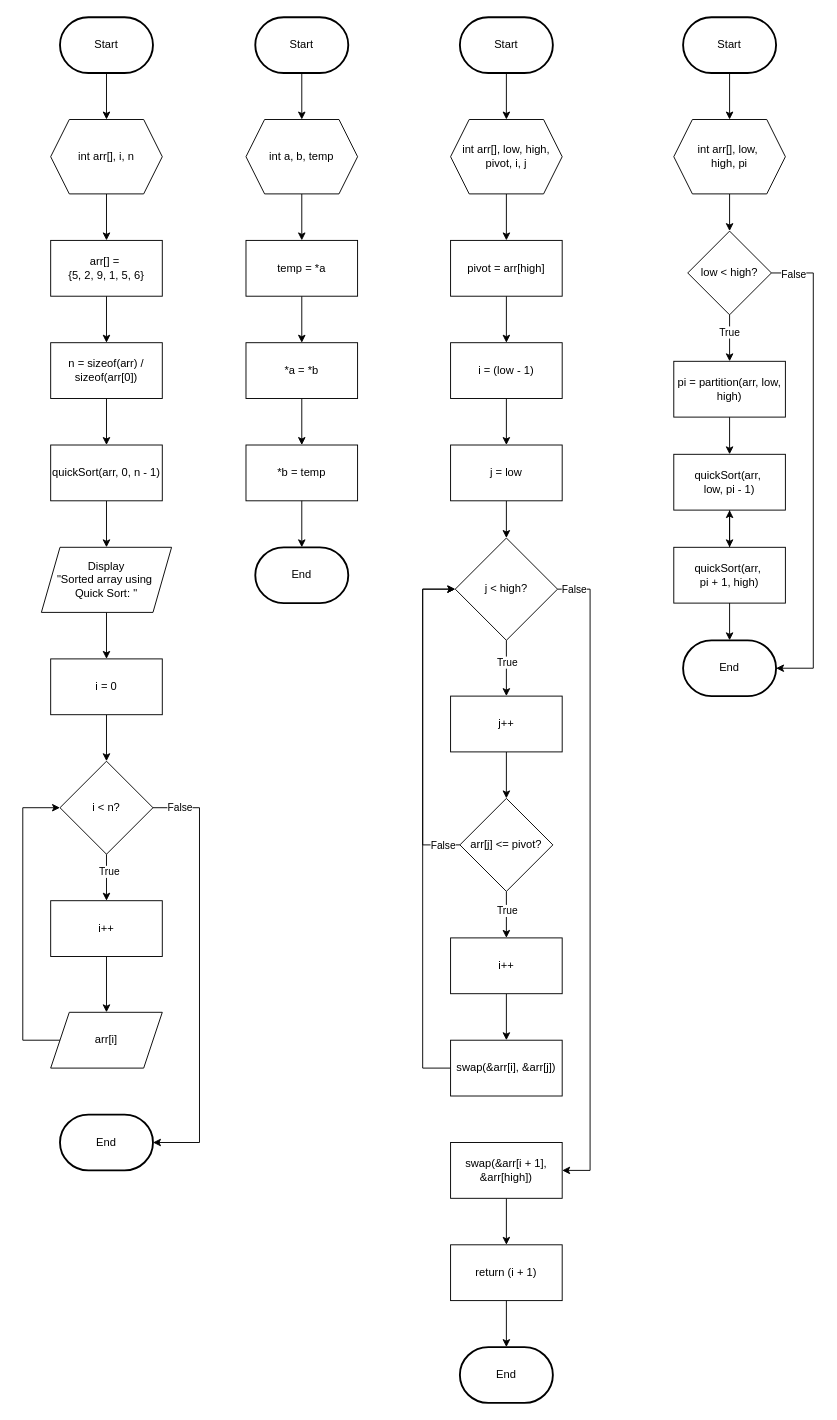
This is page "Quick Sort" (3 of 5) of Penda Modul 3.drawio from elikawicaksana/BuildIT_BasisData, a draw.io file, before an edit. Source tidied: cells renumbered, new cells numbered last; positions are measured from the earlier drawing's top-left corner, leaving out a move shared by most shapes. Both pictures are drawn from the tidied source at 93%, with x=0, y=0 at pixel (22, 17).
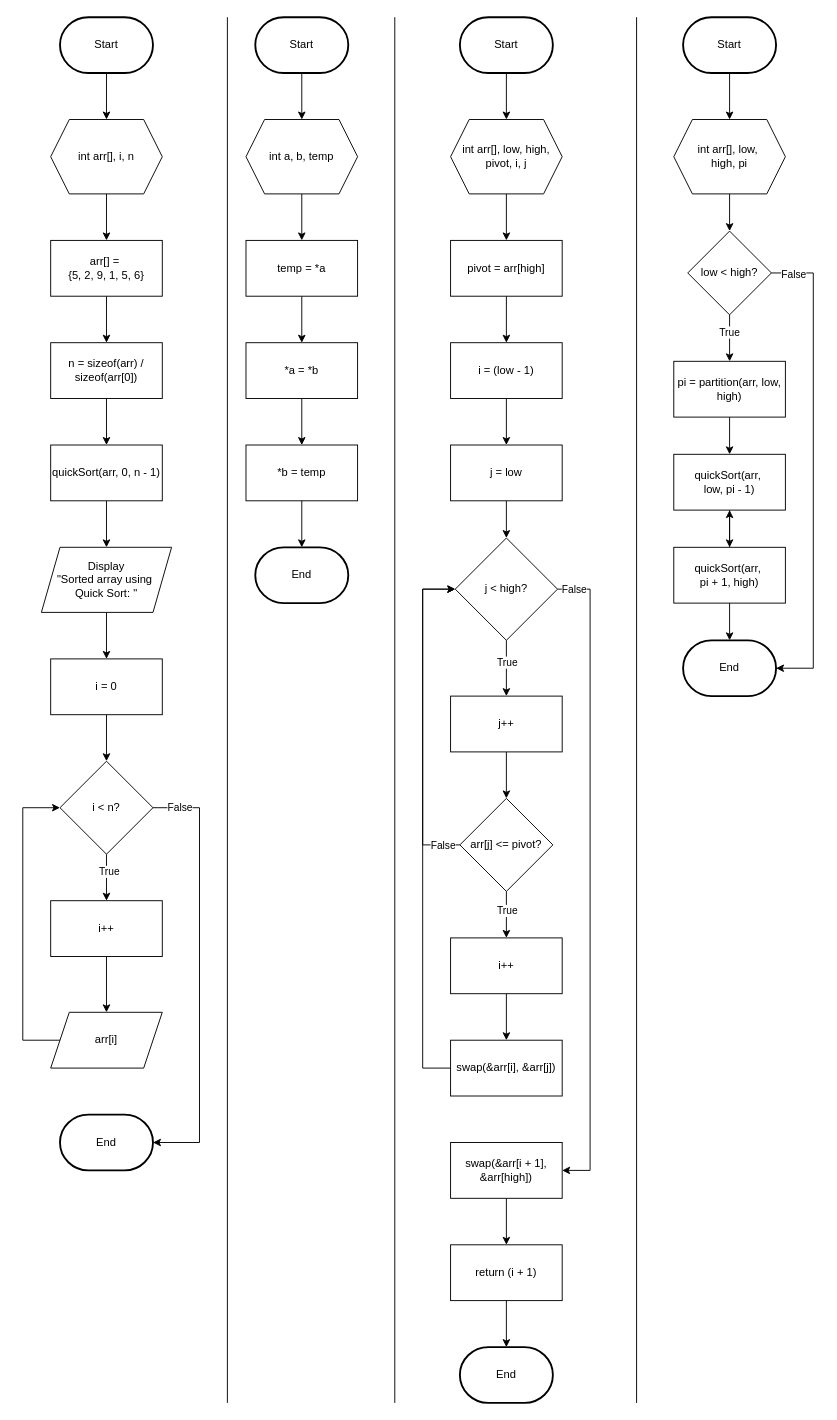
Above is the later version.

Change to the diagram source:
```diff
@@
+    <mxCell id="85" style="endArrow=none;html=1;rounded=0;" parent="1" edge="1">
+      <mxGeometry relative="1" as="geometry">
+        <mxPoint x="400" y="1490" as="sourcePoint" />
+        <mxPoint x="400" as="targetPoint" />
+      </mxGeometry>
+    </mxCell>
+    <mxCell id="86" style="endArrow=none;html=1;rounded=0;" parent="1" edge="1">
+      <mxGeometry relative="1" as="geometry">
+        <mxPoint x="220" y="1490" as="sourcePoint" />
+        <mxPoint x="220" as="targetPoint" />
+      </mxGeometry>
+    </mxCell>
+    <mxCell id="87" style="endArrow=none;html=1;rounded=0;" parent="1" edge="1">
+      <mxGeometry relative="1" as="geometry">
+        <mxPoint x="660" y="1490" as="sourcePoint" />
+        <mxPoint x="660" as="targetPoint" />
+      </mxGeometry>
+    </mxCell>
```
